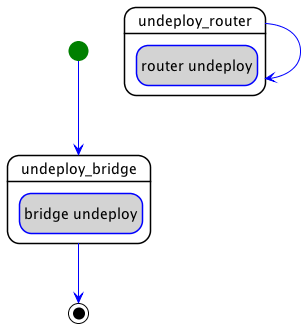
This is examples/tosca-community-contributions/diagrams/uml2/examples-1.3-turandot-telephony-network-service-simple-data-plane-simple-data-plane-declarative_undeploy-workflow-diagram.png from Orange-OpenSource/Cloudnet-TOSCA-toolbox, a PlantUML export, as it was before one commit. Its diagram source:
```plantuml
@startuml
hide empty description
skinparam shadowing false
skinparam state {
  ArrowColor blue
  BorderColor blue
  EndColor black
  StartColor green
  BackGroundColor<< step >> white
  BorderColor<< step >> black
  BackGroundColor<< delegate >> lightgrey
  BackGroundColor<< set_state >> white
  BackGroundColor<< call_operation >> lightblue
  BackGroundColor<< inline >> white
}
skinparam ActivityBarColor<<fork>> DarkGreen
skinparam ActivityBarColor<<join>> DarkOrange

state "undeploy_router" as step_declarative_undeploy_undeploy_router << step >> {
  state "router undeploy" as step_declarative_undeploy_undeploy_router_router_undeploy << delegate >>
}
state "undeploy_bridge" as step_declarative_undeploy_undeploy_bridge << step >> {
  state "bridge undeploy" as step_declarative_undeploy_undeploy_bridge_bridge_undeploy << delegate >>
}
step_declarative_undeploy_undeploy_router --> step_declarative_undeploy_undeploy_router
[*] --> step_declarative_undeploy_undeploy_bridge
step_declarative_undeploy_undeploy_bridge --> [*]
@enduml
```
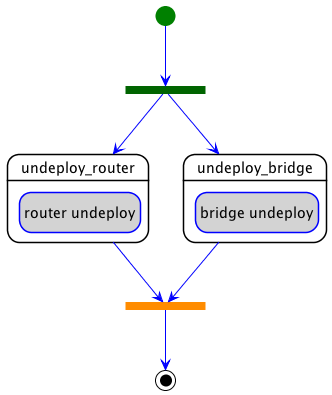
Above is the later version.

The edit, as a diff of the source:
```diff
@@ -22,7 +22,12 @@
 state "undeploy_bridge" as step_declarative_undeploy_undeploy_bridge << step >> {
   state "bridge undeploy" as step_declarative_undeploy_undeploy_bridge_bridge_undeploy << delegate >>
 }
-step_declarative_undeploy_undeploy_router --> step_declarative_undeploy_undeploy_router
-[*] --> step_declarative_undeploy_undeploy_bridge
-step_declarative_undeploy_undeploy_bridge --> [*]
+state declarative_undeploy_fork <<fork>>
+[*] --> declarative_undeploy_fork
+declarative_undeploy_fork --> step_declarative_undeploy_undeploy_router
+declarative_undeploy_fork --> step_declarative_undeploy_undeploy_bridge
+state declarative_undeploy_join <<join>>
+declarative_undeploy_join --> [*]
+step_declarative_undeploy_undeploy_router --> declarative_undeploy_join
+step_declarative_undeploy_undeploy_bridge --> declarative_undeploy_join
 @enduml
```
